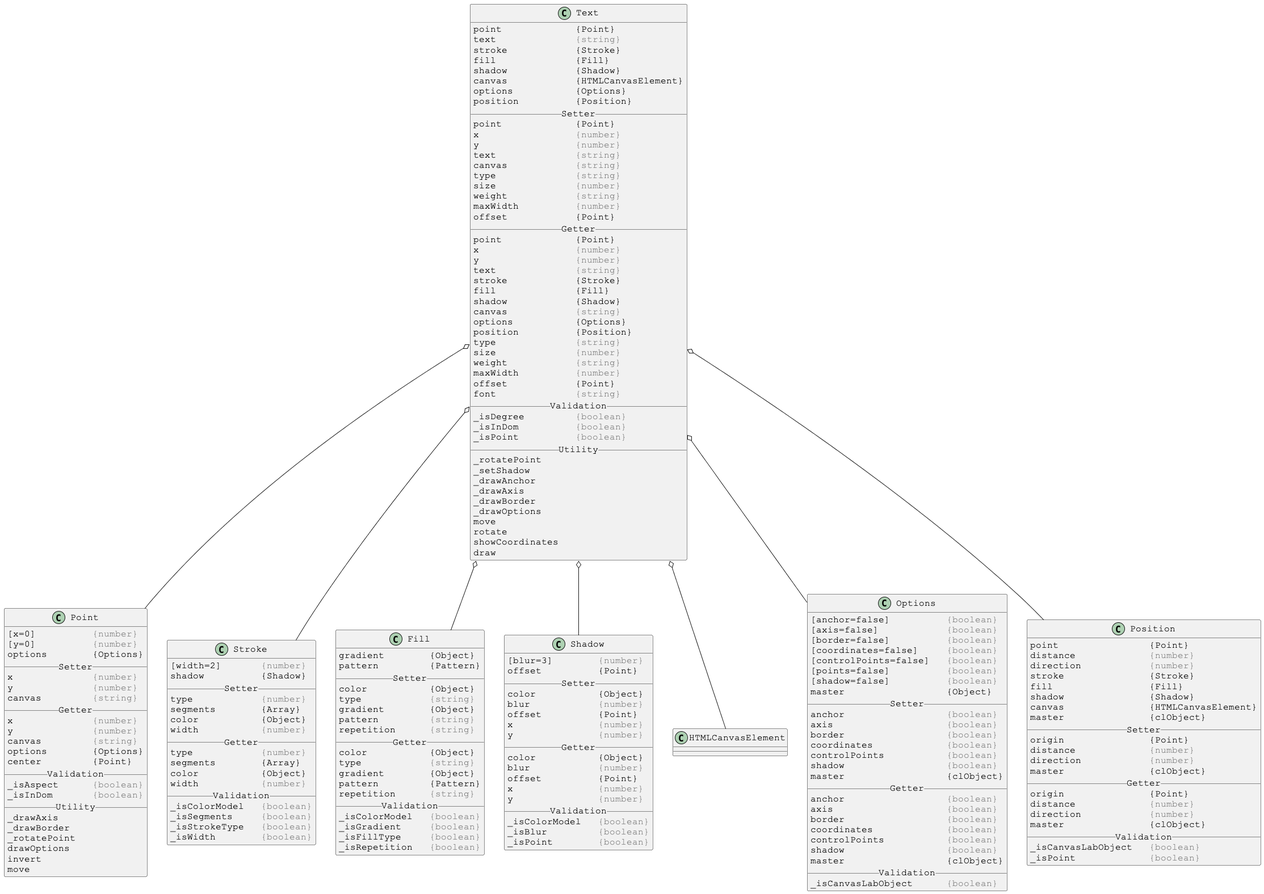
Earlier version of the PlantUML export docs/PlantUml/image/linked/Text-linked.png (Justin-Byrne/canvasLab). Its diagram source:
```plantuml
@startuml

skinparam DefaultFontSize 16
skinparam DefaultFontName Courier New

class Text {
point             {Point}
text              <color:gray>{string}</color>
stroke            {Stroke}
fill              {Fill}
shadow            {Shadow}
canvas            {HTMLCanvasElement}
options           {Options}
position          {Position}
__ Setter __
point             {Point}
x                 <color:gray>{number}</color>
y                 <color:gray>{number}</color>
text              <color:gray>{string}</color>
canvas            <color:gray>{string}</color>
type              <color:gray>{string}</color>
size              <color:gray>{number}</color>
weight            <color:gray>{string}</color>
maxWidth          <color:gray>{number}</color>
offset            {Point}
__ Getter __
point             {Point}
x                 <color:gray>{number}</color>
y                 <color:gray>{number}</color>
text              <color:gray>{string}</color>
stroke            {Stroke}
fill              {Fill}
shadow            {Shadow}
canvas            <color:gray>{string}</color>
options           {Options}
position          {Position}
type              <color:gray>{string}</color>
size              <color:gray>{number}</color>
weight            <color:gray>{string}</color>
maxWidth          <color:gray>{number}</color>
offset            {Point}
font              <color:gray>{string}</color>
__ Validation __
_isDegree         <color:gray>{boolean}</color>
_isInDom          <color:gray>{boolean}</color>
_isPoint          <color:gray>{boolean}</color>
__ Utility __
_rotatePoint
_setShadow
_drawAnchor
_drawAxis
_drawBorder
_drawOptions
move
rotate
showCoordinates
draw
}

Text o-- Point
Text o-- Stroke
Text o-- Fill
Text o-- Shadow
Text o-- HTMLCanvasElement
Text o-- Options
Text o-- Position



skinparam DefaultFontSize 16
skinparam DefaultFontName Courier New

class Point {
[x=0]          <color:gray>{number}</color>
[y=0]          <color:gray>{number}</color>
options        {Options}
__ Setter __
x              <color:gray>{number}</color>
y              <color:gray>{number}</color>
canvas         <color:gray>{string}</color>
__ Getter __
x              <color:gray>{number}</color>
y              <color:gray>{number}</color>
canvas         <color:gray>{string}</color>
options        {Options}
center         {Point}
__ Validation __
_isAspect      <color:gray>{boolean}</color>
_isInDom       <color:gray>{boolean}</color>
__ Utility __
_drawAxis
_drawBorder
_rotatePoint
drawOptions
invert
move
}



skinparam DefaultFontSize 16
skinparam DefaultFontName Courier New

class Stroke {
[width=2]       <color:gray>{number}</color>
shadow          {Shadow}
__ Setter __
type            <color:gray>{number}</color>
segments        {Array}
color           {Object}
width           <color:gray>{number}</color>
__ Getter __
type            <color:gray>{number}</color>
segments        {Array}
color           {Object}
width           <color:gray>{number}</color>
__ Validation __
_isColorModel   <color:gray>{boolean}</color>
_isSegments     <color:gray>{boolean}</color>
_isStrokeType   <color:gray>{boolean}</color>
_isWidth        <color:gray>{boolean}</color>
}



skinparam DefaultFontSize 16
skinparam DefaultFontName Courier New

class Fill {
gradient        {Object}
pattern         {Pattern}
__ Setter __
color           {Object}
type            <color:gray>{string}</color>
gradient        {Object}
pattern         <color:gray>{string}</color>
repetition      <color:gray>{string}</color>
__ Getter __
color           {Object}
type            <color:gray>{string}</color>
gradient        {Object}
pattern         {Pattern}
repetition      <color:gray>{string}</color>
__ Validation __
_isColorModel   <color:gray>{boolean}</color>
_isGradient     <color:gray>{boolean}</color>
_isFillType     <color:gray>{boolean}</color>
_isRepetition   <color:gray>{boolean}</color>
}



skinparam DefaultFontSize 16
skinparam DefaultFontName Courier New

class Shadow {
[blur=3]        <color:gray>{number}</color>
offset          {Point}
__ Setter __
color           {Object}
blur            <color:gray>{number}</color>
offset          {Point}
x               <color:gray>{number}</color>
y               <color:gray>{number}</color>
__ Getter __
color           {Object}
blur            <color:gray>{number}</color>
offset          {Point}
x               <color:gray>{number}</color>
y               <color:gray>{number}</color>
__ Validation __
_isColorModel   <color:gray>{boolean}</color>
_isBlur         <color:gray>{boolean}</color>
_isPoint        <color:gray>{boolean}</color>
}



skinparam DefaultFontSize 16
skinparam DefaultFontName Courier New

class Options {
[anchor=false]          <color:gray>{boolean}</color>
[axis=false]            <color:gray>{boolean}</color>
[border=false]          <color:gray>{boolean}</color>
[coordinates=false]     <color:gray>{boolean}</color>
[controlPoints=false]   <color:gray>{boolean}</color>
[points=false]          <color:gray>{boolean}</color>
[shadow=false]          <color:gray>{boolean}</color>
master                  {Object}
__ Setter __
anchor                  <color:gray>{boolean}</color>
axis                    <color:gray>{boolean}</color>
border                  <color:gray>{boolean}</color>
coordinates             <color:gray>{boolean}</color>
controlPoints           <color:gray>{boolean}</color>
shadow                  <color:gray>{boolean}</color>
master                  {clObject}
__ Getter __
anchor                  <color:gray>{boolean}</color>
axis                    <color:gray>{boolean}</color>
border                  <color:gray>{boolean}</color>
coordinates             <color:gray>{boolean}</color>
controlPoints           <color:gray>{boolean}</color>
shadow                  <color:gray>{boolean}</color>
master                  {clObject}
__ Validation __
_isCanvasLabObject      <color:gray>{boolean}</color>
}



skinparam DefaultFontSize 16
skinparam DefaultFontName Courier New

class Position {
point                {Point}
distance             <color:gray>{number}</color>
direction            <color:gray>{number}</color>
stroke               {Stroke}
fill                 {Fill}
shadow               {Shadow}
canvas               {HTMLCanvasElement}
master               {clObject}
__ Setter __
origin               {Point}
distance             <color:gray>{number}</color>
direction            <color:gray>{number}</color>
master               {clObject}
__ Getter __
origin               {Point}
distance             <color:gray>{number}</color>
direction            <color:gray>{number}</color>
master               {clObject}
__ Validation __
_isCanvasLabObject   <color:gray>{boolean}</color>
_isPoint             <color:gray>{boolean}</color>
}

@enduml
```
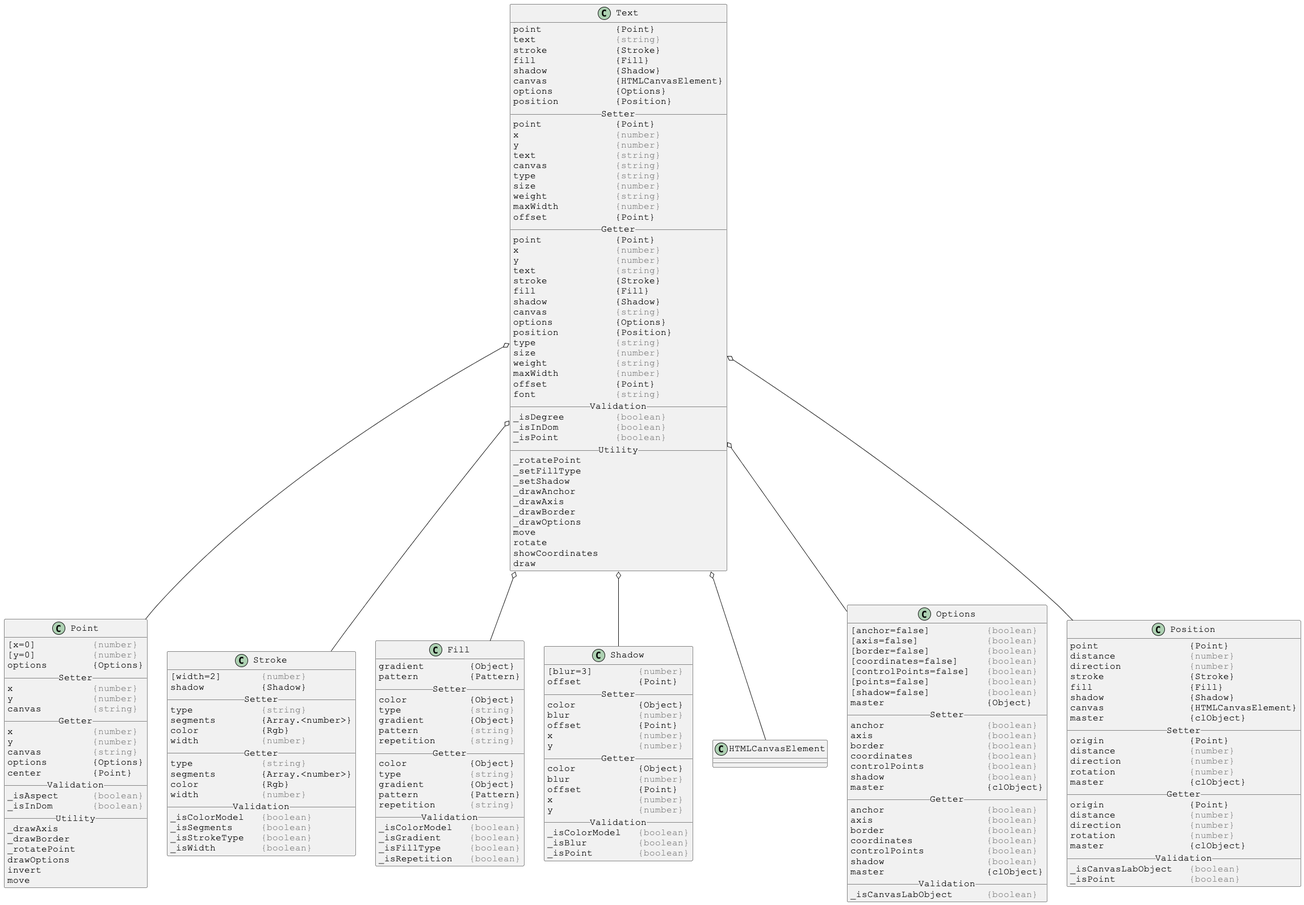
Above is the later version.

Diff of the diagram source:
```diff
@@ -46,6 +46,7 @@
 _isPoint          <color:gray>{boolean}</color>
 __ Utility __
 _rotatePoint
+_setFillType
 _setShadow
 _drawAnchor
 _drawAxis
@@ -105,14 +106,14 @@
 [width=2]       <color:gray>{number}</color>
 shadow          {Shadow}
 __ Setter __
-type            <color:gray>{number}</color>
-segments        {Array}
-color           {Object}
+type            <color:gray>{string}</color>
+segments        {Array.<number>}
+color           {Rgb}
 width           <color:gray>{number}</color>
 __ Getter __
-type            <color:gray>{number}</color>
-segments        {Array}
-color           {Object}
+type            <color:gray>{string}</color>
+segments        {Array.<number>}
+color           {Rgb}
 width           <color:gray>{number}</color>
 __ Validation __
 _isColorModel   <color:gray>{boolean}</color>
@@ -226,11 +227,13 @@
 origin               {Point}
 distance             <color:gray>{number}</color>
 direction            <color:gray>{number}</color>
+rotation             <color:gray>{number}</color>
 master               {clObject}
 __ Getter __
 origin               {Point}
 distance             <color:gray>{number}</color>
 direction            <color:gray>{number}</color>
+rotation             <color:gray>{number}</color>
 master               {clObject}
 __ Validation __
 _isCanvasLabObject   <color:gray>{boolean}</color>
```
